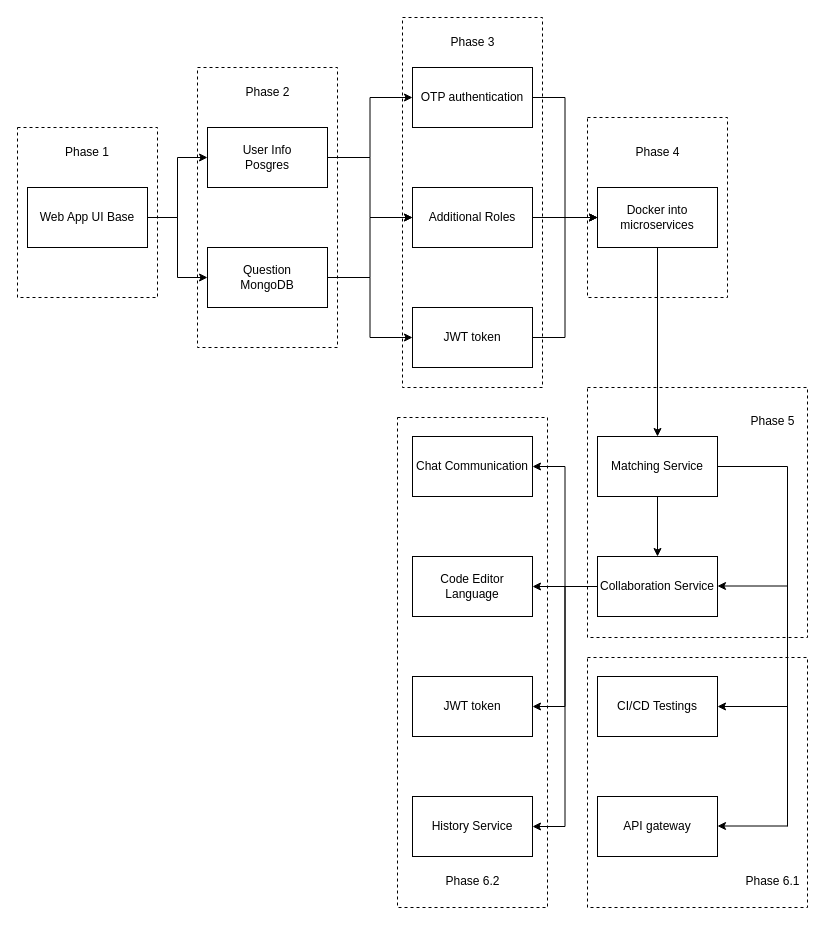
This is Development-process.drawio from shaniceng/DrawIODiagrams, a draw.io file, before an edit. Source tidied: cells renumbered, new cells numbered last; positions are measured from the earlier drawing's top-left corner, leaving out a move shared by most shapes. Both pictures are drawn from the tidied source at 100%, with x=0, y=0 at pixel (17, 17).
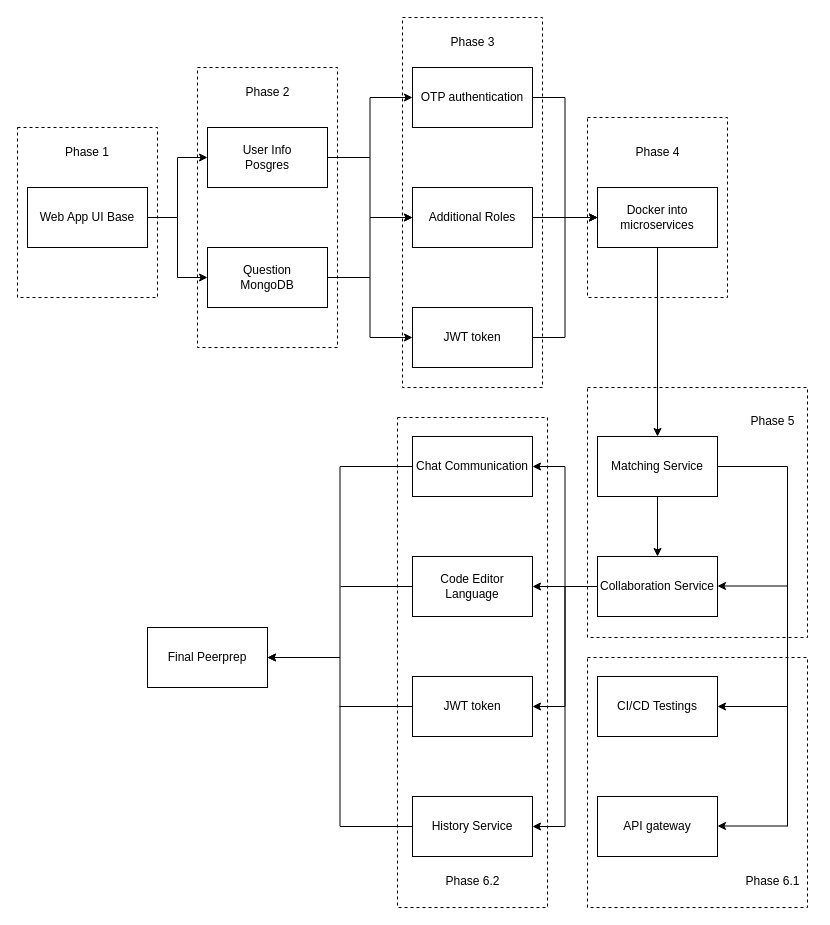
The same page after the edit.

Unchanged cells that the change refers to:
```xml
<mxCell id="23" value="Chat Communication" style="rounded=0;whiteSpace=wrap;html=1;" parent="1" vertex="1">
  <mxGeometry x="395" y="419" width="120" height="60" as="geometry" />
</mxCell>
<mxCell id="24" value="Code Editor Language" style="rounded=0;whiteSpace=wrap;html=1;" parent="1" vertex="1">
  <mxGeometry x="395" y="539" width="120" height="60" as="geometry" />
</mxCell>
<mxCell id="25" value="JWT token" style="rounded=0;whiteSpace=wrap;html=1;" parent="1" vertex="1">
  <mxGeometry x="395" y="659" width="120" height="60" as="geometry" />
</mxCell>
<mxCell id="33" value="History Service" style="rounded=0;whiteSpace=wrap;html=1;" parent="1" vertex="1">
  <mxGeometry x="395" y="779" width="120" height="60" as="geometry" />
</mxCell>
```

Change to the diagram source:
```diff
@@
+    <mxCell id="50" style="rounded=0;whiteSpace=wrap;html=1;dashed=1;fillColor=none;" parent="1" vertex="1">
+      <mxGeometry x="380" y="400" width="150" height="490" as="geometry" />
+    </mxCell>
@@
+    <mxCell id="51" style="edgeStyle=orthogonalEdgeStyle;rounded=0;jettySize=auto;html=1;entryX=1;entryY=0.5;entryDx=0;entryDy=0;" parent="1" edge="1" source="23" target="53">
+      <mxGeometry relative="1" as="geometry" />
+    </mxCell>
@@
+    <mxCell id="52" style="edgeStyle=orthogonalEdgeStyle;rounded=0;jettySize=auto;html=1;exitX=0;exitY=0.5;exitDx=0;exitDy=0;entryX=1;entryY=0.5;entryDx=0;entryDy=0;" parent="1" edge="1" source="33" target="53">
+      <mxGeometry relative="1" as="geometry" />
+    </mxCell>
@@
-    <mxCell id="50" style="rounded=0;whiteSpace=wrap;html=1;dashed=1;fillColor=none;" parent="1" vertex="1">
-      <mxGeometry x="380" y="400" width="150" height="490" as="geometry" />
-    </mxCell>
+    <mxCell id="53" value="Final Peerprep" style="rounded=0;whiteSpace=wrap;html=1;" parent="1" vertex="1">
+      <mxGeometry x="130" y="610" width="120" height="60" as="geometry" />
+    </mxCell>
+    <mxCell id="54" style="endArrow=none;html=1;rounded=0;entryX=0;entryY=0.5;entryDx=0;entryDy=0;" parent="1" edge="1" target="24">
+      <mxGeometry relative="1" as="geometry">
+        <mxPoint x="323" y="569" as="sourcePoint" />
+      </mxGeometry>
+    </mxCell>
+    <mxCell id="55" style="endArrow=none;html=1;rounded=0;entryX=0;entryY=0.5;entryDx=0;entryDy=0;" parent="1" edge="1" target="25">
+      <mxGeometry relative="1" as="geometry">
+        <mxPoint x="322" y="689" as="sourcePoint" />
+      </mxGeometry>
+    </mxCell>
```
